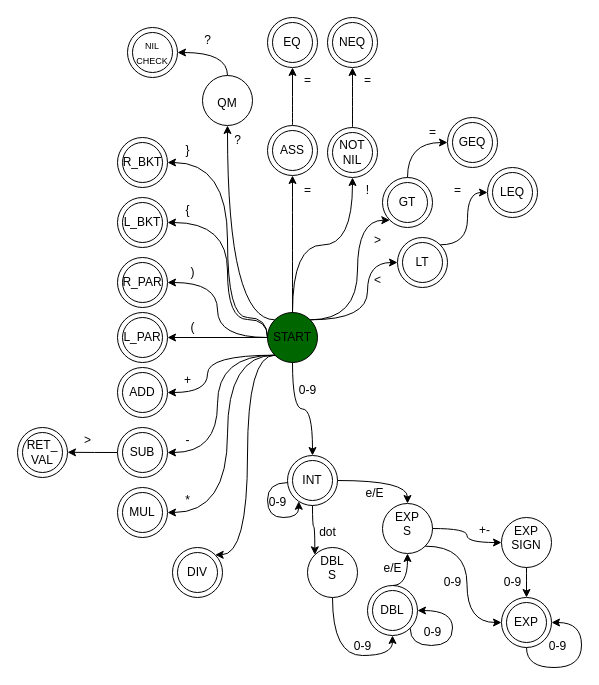
Before: doc/fsm_draft.drawio in pomjak/IFJ23, a draw.io diagram. Source tidied: cells renumbered, new cells numbered last; positions are measured from the earlier drawing's top-left corner, leaving out a move shared by most shapes. Both pictures are drawn from the tidied source at 100%, with x=0, y=0 at pixel (17, 17).
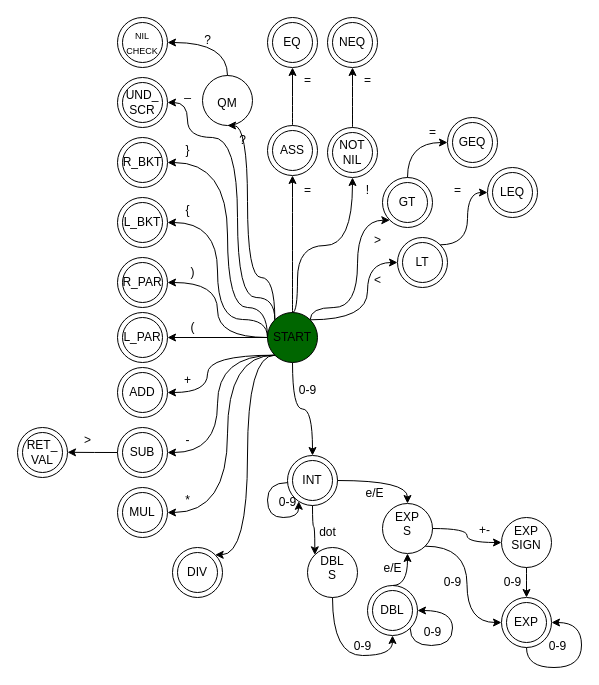
The same page after the edit.

The change refers to these unchanged cells:
```xml
<mxCell id="16" value="START" style="ellipse;whiteSpace=wrap;html=1;fillColor=#006600;" parent="1" vertex="1">
  <mxGeometry x="250" y="295" width="50" height="50" as="geometry" />
</mxCell>
<mxCell id="27" value="&lt;div&gt;R_BKT&lt;/div&gt;" style="ellipse;whiteSpace=wrap;html=1;fillColor=none;" parent="25" vertex="1">
  <mxGeometry width="50" height="50" as="geometry" />
</mxCell>
<mxCell id="30" value="L_BKT" style="ellipse;whiteSpace=wrap;html=1;fillColor=none;" parent="28" vertex="1">
  <mxGeometry width="50" height="50" as="geometry" />
</mxCell>
<mxCell id="58" value="&lt;div&gt;&lt;br&gt;&lt;/div&gt;&lt;div align=&quot;center&quot;&gt;QM&lt;/div&gt;" style="ellipse;whiteSpace=wrap;html=1;align=center;verticalAlign=top;fontFamily=Helvetica;fontSize=12;fontColor=default;fillColor=none;gradientColor=none;" parent="1" vertex="1">
  <mxGeometry x="185" y="58" width="50" height="50" as="geometry" />
</mxCell>
<mxCell id="74" value="NOT&lt;br&gt;NIL" style="ellipse;whiteSpace=wrap;html=1;fillColor=none;" parent="72" vertex="1">
  <mxGeometry width="50" height="50" as="geometry" />
</mxCell>
<mxCell id="80" value="GT" style="ellipse;whiteSpace=wrap;html=1;fillColor=none;" parent="78" vertex="1">
  <mxGeometry width="50" height="50" as="geometry" />
</mxCell>
```

Diff of the diagram source:
```diff
@@
     <mxCell id="4" style="edgeStyle=orthogonalEdgeStyle;shape=connector;curved=1;rounded=0;jettySize=auto;html=1;exitX=0;exitY=0.5;exitDx=0;exitDy=0;entryX=1;entryY=0.5;entryDx=0;entryDy=0;labelBackgroundColor=default;strokeColor=default;align=center;verticalAlign=middle;fontFamily=Helvetica;fontSize=12;fontColor=default;endArrow=classic;elbow=vertical;" parent="1" edge="1" source="16" target="30">
       <mxGeometry relative="1" as="geometry">
         <Array as="points">
           <mxPoint x="250" y="302" />
-          <mxPoint x="210" y="302" />
-          <mxPoint x="210" y="205" />
+          <mxPoint x="200" y="302" />
+          <mxPoint x="200" y="205" />
         </Array>
       </mxGeometry>
     </mxCell>
     <mxCell id="5" style="edgeStyle=orthogonalEdgeStyle;shape=connector;curved=1;rounded=0;jettySize=auto;html=1;exitX=0;exitY=0.5;exitDx=0;exitDy=0;entryX=1;entryY=0.5;entryDx=0;entryDy=0;labelBackgroundColor=default;strokeColor=default;align=center;verticalAlign=middle;fontFamily=Helvetica;fontSize=12;fontColor=default;endArrow=classic;elbow=vertical;" parent="1" edge="1" source="16" target="27">
       <mxGeometry relative="1" as="geometry">
         <Array as="points">
-          <mxPoint x="250" y="300" />
-          <mxPoint x="210" y="300" />
+          <mxPoint x="250" y="290" />
+          <mxPoint x="210" y="290" />
           <mxPoint x="210" y="145" />
         </Array>
       </mxGeometry>
     </mxCell>
@@
     <mxCell id="11" style="edgeStyle=orthogonalEdgeStyle;shape=connector;curved=1;rounded=0;jettySize=auto;html=1;exitX=0;exitY=0;exitDx=0;exitDy=0;entryX=0.5;entryY=1;entryDx=0;entryDy=0;labelBackgroundColor=default;strokeColor=default;align=center;verticalAlign=middle;fontFamily=Helvetica;fontSize=12;fontColor=default;endArrow=classic;elbow=vertical;" parent="1" edge="1" source="16" target="58">
-      <mxGeometry relative="1" as="geometry" />
+      <mxGeometry relative="1" as="geometry">
+        <Array as="points">
+          <mxPoint x="257" y="260" />
+          <mxPoint x="230" y="260" />
+          <mxPoint x="230" y="108" />
+        </Array>
+      </mxGeometry>
     </mxCell>
     <mxCell id="12" style="edgeStyle=orthogonalEdgeStyle;shape=connector;curved=1;rounded=0;jettySize=auto;html=1;exitX=0.5;exitY=0;exitDx=0;exitDy=0;entryX=0.5;entryY=1;entryDx=0;entryDy=0;labelBackgroundColor=default;strokeColor=default;align=center;verticalAlign=middle;fontFamily=Helvetica;fontSize=12;fontColor=default;endArrow=classic;elbow=vertical;" parent="1" edge="1" source="16" target="74">
-      <mxGeometry relative="1" as="geometry" />
+      <mxGeometry relative="1" as="geometry">
+        <Array as="points">
+          <mxPoint x="280" y="295" />
+          <mxPoint x="280" y="228" />
+          <mxPoint x="335" y="228" />
+        </Array>
+      </mxGeometry>
     </mxCell>
     <mxCell id="13" style="edgeStyle=orthogonalEdgeStyle;shape=connector;curved=1;rounded=0;jettySize=auto;html=1;exitX=1;exitY=0;exitDx=0;exitDy=0;entryX=0;entryY=1;entryDx=0;entryDy=0;labelBackgroundColor=default;strokeColor=default;align=center;verticalAlign=middle;fontFamily=Helvetica;fontSize=12;fontColor=default;endArrow=classic;elbow=vertical;" parent="1" edge="1" source="16" target="80">
       <mxGeometry relative="1" as="geometry">
         <Array as="points">
-          <mxPoint x="340" y="302" />
+          <mxPoint x="293" y="290" />
+          <mxPoint x="340" y="290" />
           <mxPoint x="340" y="203" />
         </Array>
       </mxGeometry>
     </mxCell>
@@
+    <mxCell id="129" style="edgeStyle=orthogonalEdgeStyle;rounded=0;jettySize=auto;html=1;exitX=0;exitY=0;exitDx=0;exitDy=0;entryX=1;entryY=0.5;entryDx=0;entryDy=0;curved=1;" parent="1" edge="1" source="16" target="132">
+      <mxGeometry relative="1" as="geometry">
+        <Array as="points">
+          <mxPoint x="257" y="280" />
+          <mxPoint x="220" y="280" />
+          <mxPoint x="220" y="120" />
+          <mxPoint x="170" y="120" />
+          <mxPoint x="170" y="85" />
+        </Array>
+      </mxGeometry>
+    </mxCell>
@@
     <mxCell id="59" value="&lt;div&gt;?&lt;/div&gt;" style="text;html=1;align=center;verticalAlign=middle;strokeColor=none;fillColor=none;fontSize=12;fontFamily=Helvetica;fontColor=default;" parent="1" vertex="1">
-      <mxGeometry x="205" y="108" width="30" height="30" as="geometry" />
+      <mxGeometry x="210" y="108" width="30" height="30" as="geometry" />
     </mxCell>
     <mxCell id="60" style="group;" parent="1" vertex="1">
-      <mxGeometry x="110" y="10" width="50" height="50" as="geometry" />
+      <mxGeometry x="100" width="50" height="50" as="geometry" />
     </mxCell>
@@
     <mxCell id="96" style="group;" parent="1" vertex="1">
-      <mxGeometry x="270" y="438" width="50" height="50" as="geometry" />
+      <mxGeometry x="270" y="438" width="50" height="62" as="geometry" />
     </mxCell>
@@
+    <mxCell id="101" value="0-9" style="text;html=1;align=center;verticalAlign=middle;strokeColor=none;fillColor=none;fontSize=12;fontFamily=Helvetica;fontColor=default;" parent="96" vertex="1">
+      <mxGeometry x="-20" y="32" width="40" height="30" as="geometry" />
+    </mxCell>
@@
-    <mxCell id="101" value="0-9" style="text;html=1;align=center;verticalAlign=middle;strokeColor=none;fillColor=none;fontSize=12;fontFamily=Helvetica;fontColor=default;" parent="1" vertex="1">
-      <mxGeometry x="240" y="470" width="40" height="30" as="geometry" />
-    </mxCell>
@@
+    <mxCell id="130" style="group;" parent="1" vertex="1">
+      <mxGeometry x="100" y="60" width="50" height="50" as="geometry" />
+    </mxCell>
+    <mxCell id="131" style="ellipse;whiteSpace=wrap;html=1;" parent="130" vertex="1">
+      <mxGeometry x="5" y="5" width="40" height="40" as="geometry" />
+    </mxCell>
+    <mxCell id="132" value="&lt;div&gt;UND_&lt;/div&gt;&lt;div&gt;SCR&lt;/div&gt;" style="ellipse;whiteSpace=wrap;html=1;fillColor=none;" parent="130" vertex="1">
+      <mxGeometry width="50" height="50" as="geometry" />
+    </mxCell>
+    <mxCell id="133" value="_" style="text;html=1;align=center;verticalAlign=middle;strokeColor=none;fillColor=none;" parent="1" vertex="1">
+      <mxGeometry x="155" y="60" width="30" height="30" as="geometry" />
+    </mxCell>
```
